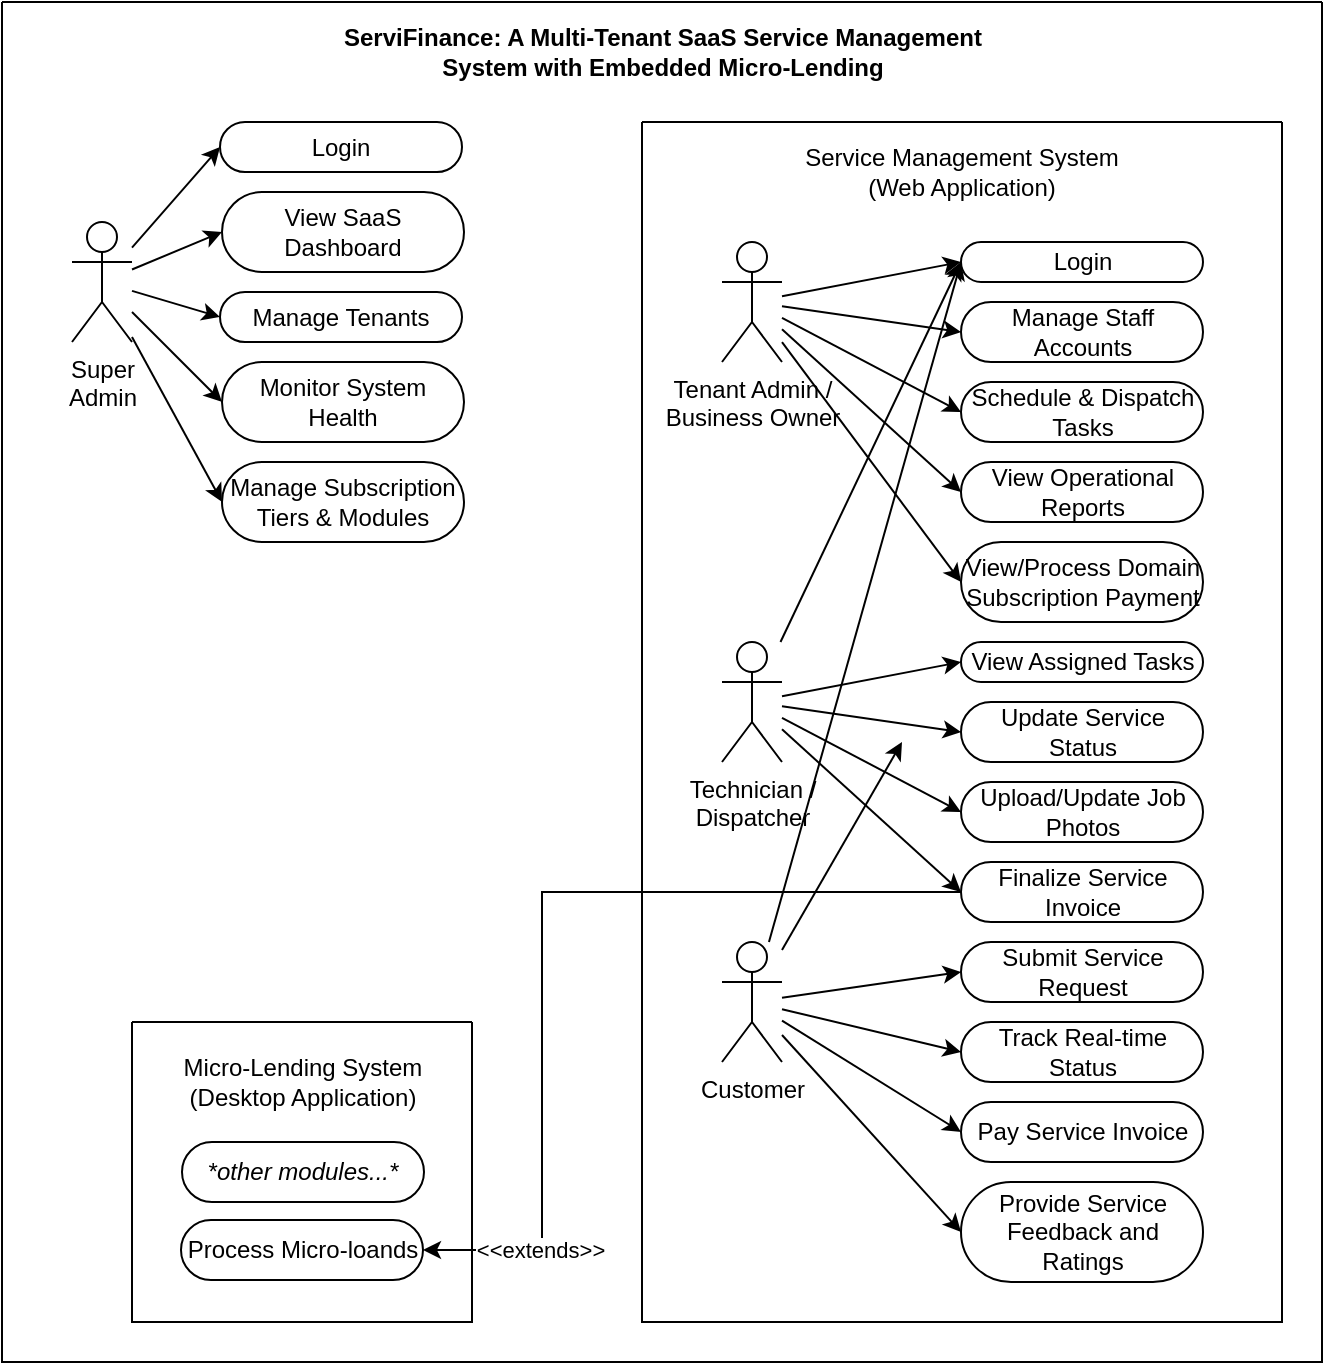
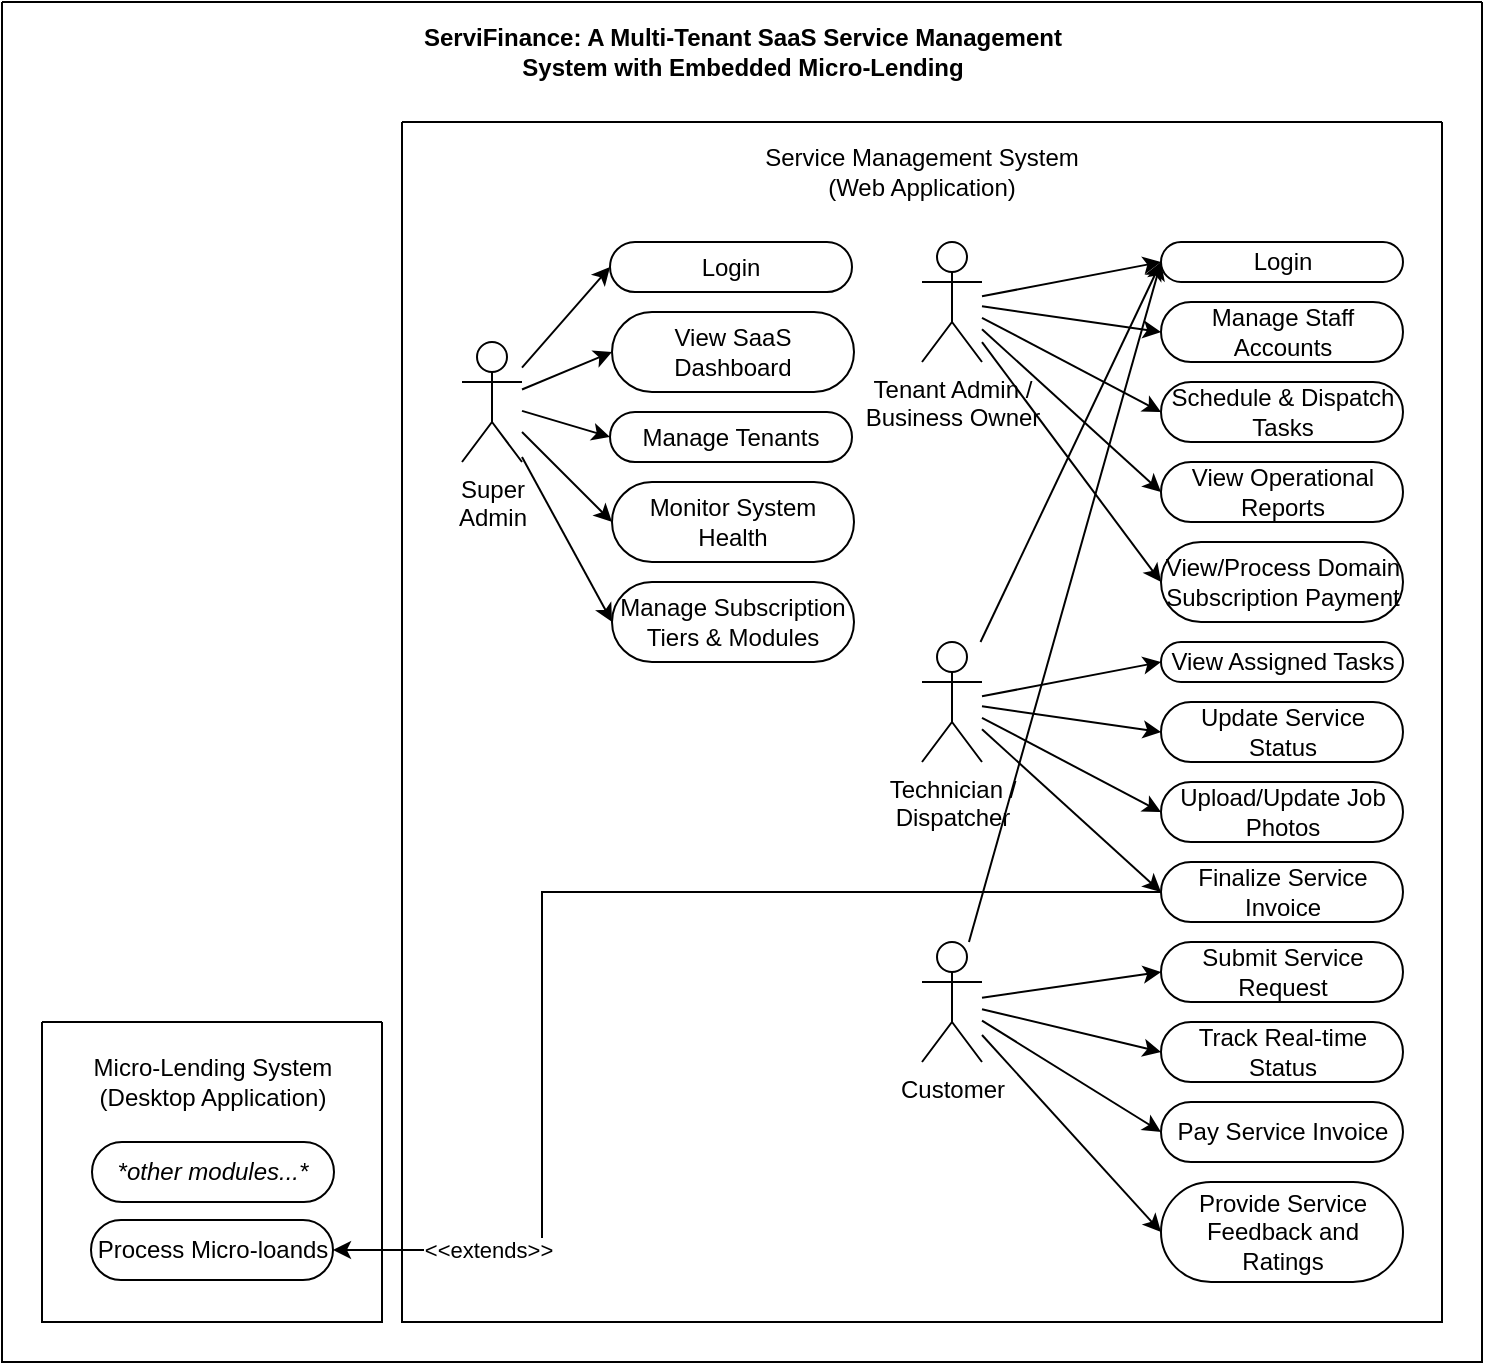
<mxfile host="65bd71144e">
    <diagram name="Page-1" id="b2M_Rqatm1J0FVTwZkRJ">
-         <mxGraphModel dx="-403" dy="276" grid="1" gridSize="10" guides="1" tooltips="1" connect="1" arrows="1" fold="1" page="1" pageScale="1" pageWidth="827" pageHeight="1169" math="0" shadow="0">
+         <mxGraphModel dx="-123" dy="543" grid="1" gridSize="10" guides="1" tooltips="1" connect="1" arrows="1" fold="1" page="1" pageScale="1" pageWidth="827" pageHeight="1169" math="0" shadow="0">
            <root>
                <mxCell id="0"/>
                <mxCell id="1" parent="0"/>
                <mxCell id="5royUGIbEf7HwR5_H0T_-1" value="" style="swimlane;startSize=0;" parent="1" vertex="1">
-                     <mxGeometry x="840" y="20" width="660" height="680" as="geometry"/>
+                     <mxGeometry x="840" y="20" width="740" height="680" as="geometry"/>
                </mxCell>
                <mxCell id="5royUGIbEf7HwR5_H0T_-2" value="" style="swimlane;startSize=0;" parent="5royUGIbEf7HwR5_H0T_-1" vertex="1">
-                     <mxGeometry x="65" y="510" width="170" height="150" as="geometry">
+                     <mxGeometry x="20" y="510" width="170" height="150" as="geometry">
                        <mxRectangle x="340" y="60" width="50" height="40" as="alternateBounds"/>
                    </mxGeometry>
                </mxCell>
                <mxCell id="5royUGIbEf7HwR5_H0T_-3" value="Micro-Lending System&lt;div&gt;(Desktop Application)&lt;/div&gt;" style="text;html=1;whiteSpace=wrap;strokeColor=none;fillColor=none;align=center;verticalAlign=middle;rounded=0;" parent="5royUGIbEf7HwR5_H0T_-2" vertex="1">
                    <mxGeometry x="15" y="15" width="141" height="30" as="geometry"/>
                </mxCell>
                <mxCell id="3LUz6jeX3i9jDCsP5kSB-63" value="Process Micro-loands" style="rounded=1;whiteSpace=wrap;html=1;arcSize=50;" parent="5royUGIbEf7HwR5_H0T_-2" vertex="1">
                    <mxGeometry x="24.5" y="99" width="121" height="30" as="geometry"/>
                </mxCell>
                <mxCell id="3LUz6jeX3i9jDCsP5kSB-64" value="&lt;i&gt;*other modules...*&lt;/i&gt;" style="rounded=1;whiteSpace=wrap;html=1;arcSize=50;" parent="5royUGIbEf7HwR5_H0T_-2" vertex="1">
                    <mxGeometry x="25" y="60" width="121" height="30" as="geometry"/>
                </mxCell>
                <mxCell id="5royUGIbEf7HwR5_H0T_-38" value="" style="swimlane;startSize=0;movable=1;resizable=1;rotatable=1;deletable=1;editable=1;locked=0;connectable=1;" parent="5royUGIbEf7HwR5_H0T_-1" vertex="1">
-                     <mxGeometry x="320" y="60" width="320" height="600" as="geometry"/>
+                     <mxGeometry x="200" y="60" width="520" height="600" as="geometry"/>
                </mxCell>
                <mxCell id="5royUGIbEf7HwR5_H0T_-39" value="Service Management System&lt;div&gt;(Web Application)&lt;/div&gt;" style="text;html=1;whiteSpace=wrap;strokeColor=none;fillColor=none;align=center;verticalAlign=middle;rounded=0;movable=1;resizable=1;rotatable=1;deletable=1;editable=1;locked=0;connectable=1;" parent="5royUGIbEf7HwR5_H0T_-38" vertex="1">
-                     <mxGeometry x="60" y="10" width="200" height="30" as="geometry"/>
+                     <mxGeometry x="160" y="10" width="200" height="30" as="geometry"/>
                </mxCell>
                <mxCell id="3LUz6jeX3i9jDCsP5kSB-53" style="rounded=0;orthogonalLoop=1;jettySize=auto;html=1;entryX=0;entryY=0.5;entryDx=0;entryDy=0;" parent="5royUGIbEf7HwR5_H0T_-38" source="3LUz6jeX3i9jDCsP5kSB-31" target="3LUz6jeX3i9jDCsP5kSB-37" edge="1">
                    <mxGeometry relative="1" as="geometry"/>
                </mxCell>
                <mxCell id="3LUz6jeX3i9jDCsP5kSB-54" style="rounded=0;orthogonalLoop=1;jettySize=auto;html=1;entryX=0;entryY=0.5;entryDx=0;entryDy=0;" parent="5royUGIbEf7HwR5_H0T_-38" source="3LUz6jeX3i9jDCsP5kSB-31" target="3LUz6jeX3i9jDCsP5kSB-38" edge="1">
                    <mxGeometry relative="1" as="geometry"/>
                </mxCell>
                <mxCell id="3LUz6jeX3i9jDCsP5kSB-55" style="edgeStyle=none;rounded=0;orthogonalLoop=1;jettySize=auto;html=1;entryX=0;entryY=0.5;entryDx=0;entryDy=0;" parent="5royUGIbEf7HwR5_H0T_-38" source="3LUz6jeX3i9jDCsP5kSB-31" target="3LUz6jeX3i9jDCsP5kSB-39" edge="1">
                    <mxGeometry relative="1" as="geometry"/>
                </mxCell>
                <mxCell id="3LUz6jeX3i9jDCsP5kSB-56" style="edgeStyle=none;rounded=0;orthogonalLoop=1;jettySize=auto;html=1;entryX=0;entryY=0.5;entryDx=0;entryDy=0;" parent="5royUGIbEf7HwR5_H0T_-38" source="3LUz6jeX3i9jDCsP5kSB-31" target="3LUz6jeX3i9jDCsP5kSB-40" edge="1">
                    <mxGeometry relative="1" as="geometry"/>
                </mxCell>
                <mxCell id="3LUz6jeX3i9jDCsP5kSB-57" style="edgeStyle=none;rounded=0;orthogonalLoop=1;jettySize=auto;html=1;entryX=0;entryY=0.5;entryDx=0;entryDy=0;" parent="5royUGIbEf7HwR5_H0T_-38" source="3LUz6jeX3i9jDCsP5kSB-31" target="3LUz6jeX3i9jDCsP5kSB-41" edge="1">
                    <mxGeometry relative="1" as="geometry"/>
                </mxCell>
                <mxCell id="3LUz6jeX3i9jDCsP5kSB-31" value="Tenant Admin /&lt;div&gt;Business Owner&lt;/div&gt;" style="shape=umlActor;verticalLabelPosition=bottom;verticalAlign=top;html=1;outlineConnect=0;" parent="5royUGIbEf7HwR5_H0T_-38" vertex="1">
-                     <mxGeometry x="40" y="60" width="30" height="60" as="geometry"/>
+                     <mxGeometry x="260" y="60" width="30" height="60" as="geometry"/>
                </mxCell>
                <mxCell id="3LUz6jeX3i9jDCsP5kSB-37" value="Login" style="rounded=1;whiteSpace=wrap;html=1;arcSize=50;" parent="5royUGIbEf7HwR5_H0T_-38" vertex="1">
-                     <mxGeometry x="159.5" y="60" width="121" height="20" as="geometry"/>
+                     <mxGeometry x="379.5" y="60" width="121" height="20" as="geometry"/>
                </mxCell>
                <mxCell id="3LUz6jeX3i9jDCsP5kSB-38" value="Manage Staff Accounts" style="rounded=1;whiteSpace=wrap;html=1;arcSize=50;" parent="5royUGIbEf7HwR5_H0T_-38" vertex="1">
-                     <mxGeometry x="159.5" y="90" width="121" height="30" as="geometry"/>
+                     <mxGeometry x="379.5" y="90" width="121" height="30" as="geometry"/>
                </mxCell>
                <mxCell id="3LUz6jeX3i9jDCsP5kSB-39" value="Schedule &amp;amp; Dispatch Tasks" style="rounded=1;whiteSpace=wrap;html=1;arcSize=50;" parent="5royUGIbEf7HwR5_H0T_-38" vertex="1">
-                     <mxGeometry x="159.5" y="130" width="121" height="30" as="geometry"/>
+                     <mxGeometry x="379.5" y="130" width="121" height="30" as="geometry"/>
                </mxCell>
                <mxCell id="3LUz6jeX3i9jDCsP5kSB-40" value="View Operational Reports" style="rounded=1;whiteSpace=wrap;html=1;arcSize=50;" parent="5royUGIbEf7HwR5_H0T_-38" vertex="1">
-                     <mxGeometry x="159.5" y="170" width="121" height="30" as="geometry"/>
+                     <mxGeometry x="379.5" y="170" width="121" height="30" as="geometry"/>
                </mxCell>
                <mxCell id="3LUz6jeX3i9jDCsP5kSB-41" value="View/Process Domain Subscription Payment" style="rounded=1;whiteSpace=wrap;html=1;arcSize=50;" parent="5royUGIbEf7HwR5_H0T_-38" vertex="1">
-                     <mxGeometry x="159.5" y="210" width="121" height="40" as="geometry"/>
+                     <mxGeometry x="379.5" y="210" width="121" height="40" as="geometry"/>
                </mxCell>
                <mxCell id="3LUz6jeX3i9jDCsP5kSB-42" value="View Assigned Tasks" style="rounded=1;whiteSpace=wrap;html=1;arcSize=50;" parent="5royUGIbEf7HwR5_H0T_-38" vertex="1">
-                     <mxGeometry x="159.5" y="260" width="121" height="20" as="geometry"/>
+                     <mxGeometry x="379.5" y="260" width="121" height="20" as="geometry"/>
                </mxCell>
                <mxCell id="3LUz6jeX3i9jDCsP5kSB-43" value="Update Service Status" style="rounded=1;whiteSpace=wrap;html=1;arcSize=50;" parent="5royUGIbEf7HwR5_H0T_-38" vertex="1">
-                     <mxGeometry x="159.5" y="290" width="121" height="30" as="geometry"/>
+                     <mxGeometry x="379.5" y="290" width="121" height="30" as="geometry"/>
                </mxCell>
                <mxCell id="3LUz6jeX3i9jDCsP5kSB-44" value="Upload/Update Job Photos" style="rounded=1;whiteSpace=wrap;html=1;arcSize=50;" parent="5royUGIbEf7HwR5_H0T_-38" vertex="1">
-                     <mxGeometry x="159.5" y="330" width="121" height="30" as="geometry"/>
+                     <mxGeometry x="379.5" y="330" width="121" height="30" as="geometry"/>
                </mxCell>
                <mxCell id="3LUz6jeX3i9jDCsP5kSB-45" value="Finalize Service Invoice" style="rounded=1;whiteSpace=wrap;html=1;arcSize=50;" parent="5royUGIbEf7HwR5_H0T_-38" vertex="1">
-                     <mxGeometry x="159.5" y="370" width="121" height="30" as="geometry"/>
+                     <mxGeometry x="379.5" y="370" width="121" height="30" as="geometry"/>
                </mxCell>
                <mxCell id="3LUz6jeX3i9jDCsP5kSB-46" value="Submit Service Request" style="rounded=1;whiteSpace=wrap;html=1;arcSize=50;" parent="5royUGIbEf7HwR5_H0T_-38" vertex="1">
-                     <mxGeometry x="159.5" y="410" width="121" height="30" as="geometry"/>
+                     <mxGeometry x="379.5" y="410" width="121" height="30" as="geometry"/>
                </mxCell>
                <mxCell id="3LUz6jeX3i9jDCsP5kSB-47" value="Track Real-time Status" style="rounded=1;whiteSpace=wrap;html=1;arcSize=50;" parent="5royUGIbEf7HwR5_H0T_-38" vertex="1">
-                     <mxGeometry x="159.5" y="450" width="121" height="30" as="geometry"/>
+                     <mxGeometry x="379.5" y="450" width="121" height="30" as="geometry"/>
                </mxCell>
                <mxCell id="3LUz6jeX3i9jDCsP5kSB-48" value="Pay Service Invoice" style="rounded=1;whiteSpace=wrap;html=1;arcSize=50;" parent="5royUGIbEf7HwR5_H0T_-38" vertex="1">
-                     <mxGeometry x="159.5" y="490" width="121" height="30" as="geometry"/>
+                     <mxGeometry x="379.5" y="490" width="121" height="30" as="geometry"/>
                </mxCell>
                <mxCell id="3LUz6jeX3i9jDCsP5kSB-49" value="Provide Service Feedback and Ratings" style="rounded=1;whiteSpace=wrap;html=1;arcSize=50;" parent="5royUGIbEf7HwR5_H0T_-38" vertex="1">
-                     <mxGeometry x="159.5" y="530" width="121" height="50" as="geometry"/>
+                     <mxGeometry x="379.5" y="530" width="121" height="50" as="geometry"/>
                </mxCell>
                <mxCell id="3LUz6jeX3i9jDCsP5kSB-58" style="edgeStyle=none;rounded=0;orthogonalLoop=1;jettySize=auto;html=1;entryX=0;entryY=0.5;entryDx=0;entryDy=0;" parent="5royUGIbEf7HwR5_H0T_-38" source="3LUz6jeX3i9jDCsP5kSB-50" target="3LUz6jeX3i9jDCsP5kSB-37" edge="1">
                    <mxGeometry relative="1" as="geometry"/>
                </mxCell>
                <mxCell id="3LUz6jeX3i9jDCsP5kSB-59" style="edgeStyle=none;rounded=0;orthogonalLoop=1;jettySize=auto;html=1;entryX=0;entryY=0.5;entryDx=0;entryDy=0;" parent="5royUGIbEf7HwR5_H0T_-38" source="3LUz6jeX3i9jDCsP5kSB-50" target="3LUz6jeX3i9jDCsP5kSB-42" edge="1">
                    <mxGeometry relative="1" as="geometry"/>
                </mxCell>
                <mxCell id="3LUz6jeX3i9jDCsP5kSB-60" style="edgeStyle=none;rounded=0;orthogonalLoop=1;jettySize=auto;html=1;entryX=0;entryY=0.5;entryDx=0;entryDy=0;" parent="5royUGIbEf7HwR5_H0T_-38" source="3LUz6jeX3i9jDCsP5kSB-50" target="3LUz6jeX3i9jDCsP5kSB-43" edge="1">
                    <mxGeometry relative="1" as="geometry"/>
                </mxCell>
                <mxCell id="3LUz6jeX3i9jDCsP5kSB-61" style="edgeStyle=none;rounded=0;orthogonalLoop=1;jettySize=auto;html=1;entryX=0;entryY=0.5;entryDx=0;entryDy=0;" parent="5royUGIbEf7HwR5_H0T_-38" source="3LUz6jeX3i9jDCsP5kSB-50" target="3LUz6jeX3i9jDCsP5kSB-44" edge="1">
                    <mxGeometry relative="1" as="geometry"/>
                </mxCell>
                <mxCell id="3LUz6jeX3i9jDCsP5kSB-62" style="edgeStyle=none;rounded=0;orthogonalLoop=1;jettySize=auto;html=1;entryX=0;entryY=0.5;entryDx=0;entryDy=0;" parent="5royUGIbEf7HwR5_H0T_-38" source="3LUz6jeX3i9jDCsP5kSB-50" target="3LUz6jeX3i9jDCsP5kSB-45" edge="1">
                    <mxGeometry relative="1" as="geometry"/>
                </mxCell>
                <mxCell id="3LUz6jeX3i9jDCsP5kSB-50" value="Technician /&lt;div&gt;Dispatcher&lt;/div&gt;" style="shape=umlActor;verticalLabelPosition=bottom;verticalAlign=top;html=1;outlineConnect=0;" parent="5royUGIbEf7HwR5_H0T_-38" vertex="1">
-                     <mxGeometry x="40" y="260" width="30" height="60" as="geometry"/>
+                     <mxGeometry x="260" y="260" width="30" height="60" as="geometry"/>
                </mxCell>
                <mxCell id="3LUz6jeX3i9jDCsP5kSB-65" style="edgeStyle=none;rounded=0;orthogonalLoop=1;jettySize=auto;html=1;entryX=0;entryY=0.5;entryDx=0;entryDy=0;" parent="5royUGIbEf7HwR5_H0T_-38" source="3LUz6jeX3i9jDCsP5kSB-51" target="3LUz6jeX3i9jDCsP5kSB-46" edge="1">
                    <mxGeometry relative="1" as="geometry"/>
                </mxCell>
                <mxCell id="3LUz6jeX3i9jDCsP5kSB-66" style="edgeStyle=none;rounded=0;orthogonalLoop=1;jettySize=auto;html=1;entryX=0;entryY=0.5;entryDx=0;entryDy=0;" parent="5royUGIbEf7HwR5_H0T_-38" source="3LUz6jeX3i9jDCsP5kSB-51" target="3LUz6jeX3i9jDCsP5kSB-47" edge="1">
                    <mxGeometry relative="1" as="geometry"/>
                </mxCell>
                <mxCell id="3LUz6jeX3i9jDCsP5kSB-67" style="edgeStyle=none;rounded=0;orthogonalLoop=1;jettySize=auto;html=1;entryX=0;entryY=0.5;entryDx=0;entryDy=0;" parent="5royUGIbEf7HwR5_H0T_-38" source="3LUz6jeX3i9jDCsP5kSB-51" target="3LUz6jeX3i9jDCsP5kSB-48" edge="1">
                    <mxGeometry relative="1" as="geometry"/>
                </mxCell>
-                 <mxCell id="3LUz6jeX3i9jDCsP5kSB-68" style="edgeStyle=none;rounded=0;orthogonalLoop=1;jettySize=auto;html=1;entryX=0;entryY=0.5;entryDx=0;entryDy=0;" parent="5royUGIbEf7HwR5_H0T_-38" source="3LUz6jeX3i9jDCsP5kSB-51" target="3LUz6jeX3i9jDCsP5kSB-49" edge="1">
-                     <mxGeometry relative="1" as="geometry"/>
-                 </mxCell>
-                 <mxCell id="2" style="edgeStyle=none;html=1;" edge="1" parent="5royUGIbEf7HwR5_H0T_-38" source="3LUz6jeX3i9jDCsP5kSB-51">
+                 <mxCell id="3LUz6jeX3i9jDCsP5kSB-68" style="edgeStyle=none;rounded=0;orthogonalLoop=1;jettySize=auto;html=1;entryX=0;entryY=0.5;entryDx=0;entryDy=0;" parent="5royUGIbEf7HwR5_H0T_-38" source="3LUz6jeX3i9jDCsP5kSB-51" edge="1">
                    <mxGeometry relative="1" as="geometry">
-                         <mxPoint x="130" y="310" as="targetPoint"/>
+                         <mxPoint x="379.5" y="555" as="targetPoint"/>
                    </mxGeometry>
                </mxCell>
-                 <mxCell id="3" style="edgeStyle=none;html=1;entryX=0;entryY=0.5;entryDx=0;entryDy=0;" edge="1" parent="5royUGIbEf7HwR5_H0T_-38" source="3LUz6jeX3i9jDCsP5kSB-51" target="3LUz6jeX3i9jDCsP5kSB-37">
+                 <mxCell id="3" style="edgeStyle=none;html=1;entryX=0;entryY=0.5;entryDx=0;entryDy=0;" parent="5royUGIbEf7HwR5_H0T_-38" source="3LUz6jeX3i9jDCsP5kSB-51" target="3LUz6jeX3i9jDCsP5kSB-37" edge="1">
                    <mxGeometry relative="1" as="geometry"/>
                </mxCell>
                <mxCell id="3LUz6jeX3i9jDCsP5kSB-51" value="Customer" style="shape=umlActor;verticalLabelPosition=bottom;verticalAlign=top;html=1;outlineConnect=0;" parent="5royUGIbEf7HwR5_H0T_-38" vertex="1">
-                     <mxGeometry x="40" y="410" width="30" height="60" as="geometry"/>
+                     <mxGeometry x="260" y="410" width="30" height="60" as="geometry"/>
+                 </mxCell>
+                 <mxCell id="3LUz6jeX3i9jDCsP5kSB-9" style="rounded=0;orthogonalLoop=1;jettySize=auto;html=1;entryX=0;entryY=0.5;entryDx=0;entryDy=0;" parent="5royUGIbEf7HwR5_H0T_-38" source="5royUGIbEf7HwR5_H0T_-49" target="3LUz6jeX3i9jDCsP5kSB-4" edge="1">
+                     <mxGeometry relative="1" as="geometry"/>
+                 </mxCell>
+                 <mxCell id="3LUz6jeX3i9jDCsP5kSB-10" style="rounded=0;orthogonalLoop=1;jettySize=auto;html=1;entryX=0;entryY=0.5;entryDx=0;entryDy=0;" parent="5royUGIbEf7HwR5_H0T_-38" source="5royUGIbEf7HwR5_H0T_-49" target="3LUz6jeX3i9jDCsP5kSB-5" edge="1">
+                     <mxGeometry relative="1" as="geometry"/>
+                 </mxCell>
+                 <mxCell id="3LUz6jeX3i9jDCsP5kSB-11" style="rounded=0;orthogonalLoop=1;jettySize=auto;html=1;entryX=0;entryY=0.5;entryDx=0;entryDy=0;" parent="5royUGIbEf7HwR5_H0T_-38" source="5royUGIbEf7HwR5_H0T_-49" target="3LUz6jeX3i9jDCsP5kSB-6" edge="1">
+                     <mxGeometry relative="1" as="geometry"/>
+                 </mxCell>
+                 <mxCell id="3LUz6jeX3i9jDCsP5kSB-12" style="rounded=0;orthogonalLoop=1;jettySize=auto;html=1;entryX=0;entryY=0.5;entryDx=0;entryDy=0;curved=0;" parent="5royUGIbEf7HwR5_H0T_-38" source="5royUGIbEf7HwR5_H0T_-49" target="3LUz6jeX3i9jDCsP5kSB-7" edge="1">
+                     <mxGeometry relative="1" as="geometry"/>
+                 </mxCell>
+                 <mxCell id="3LUz6jeX3i9jDCsP5kSB-13" style="rounded=0;orthogonalLoop=1;jettySize=auto;html=1;entryX=0;entryY=0.5;entryDx=0;entryDy=0;" parent="5royUGIbEf7HwR5_H0T_-38" source="5royUGIbEf7HwR5_H0T_-49" target="3LUz6jeX3i9jDCsP5kSB-8" edge="1">
+                     <mxGeometry relative="1" as="geometry"/>
+                 </mxCell>
+                 <mxCell id="5royUGIbEf7HwR5_H0T_-49" value="Super&lt;div&gt;Admin&lt;/div&gt;" style="shape=umlActor;verticalLabelPosition=bottom;verticalAlign=top;html=1;outlineConnect=0;" parent="5royUGIbEf7HwR5_H0T_-38" vertex="1">
+                     <mxGeometry x="30" y="110" width="30" height="60" as="geometry"/>
+                 </mxCell>
+                 <mxCell id="3LUz6jeX3i9jDCsP5kSB-4" value="Login" style="rounded=1;whiteSpace=wrap;html=1;arcSize=50;" parent="5royUGIbEf7HwR5_H0T_-38" vertex="1">
+                     <mxGeometry x="104" y="60" width="121" height="25" as="geometry"/>
+                 </mxCell>
+                 <mxCell id="3LUz6jeX3i9jDCsP5kSB-5" value="View SaaS Dashboard" style="rounded=1;whiteSpace=wrap;html=1;arcSize=50;" parent="5royUGIbEf7HwR5_H0T_-38" vertex="1">
+                     <mxGeometry x="105" y="95" width="121" height="40" as="geometry"/>
+                 </mxCell>
+                 <mxCell id="3LUz6jeX3i9jDCsP5kSB-6" value="Manage Tenants" style="rounded=1;whiteSpace=wrap;html=1;arcSize=50;" parent="5royUGIbEf7HwR5_H0T_-38" vertex="1">
+                     <mxGeometry x="104" y="145" width="121" height="25" as="geometry"/>
+                 </mxCell>
+                 <mxCell id="3LUz6jeX3i9jDCsP5kSB-7" value="Monitor System Health" style="rounded=1;whiteSpace=wrap;html=1;arcSize=50;" parent="5royUGIbEf7HwR5_H0T_-38" vertex="1">
+                     <mxGeometry x="105" y="180" width="121" height="40" as="geometry"/>
+                 </mxCell>
+                 <mxCell id="3LUz6jeX3i9jDCsP5kSB-8" value="Manage Subscription Tiers &amp;amp; Modules" style="rounded=1;whiteSpace=wrap;html=1;arcSize=50;" parent="5royUGIbEf7HwR5_H0T_-38" vertex="1">
+                     <mxGeometry x="105" y="230" width="121" height="40" as="geometry"/>
                </mxCell>
                <mxCell id="5royUGIbEf7HwR5_H0T_-43" value="&lt;b&gt;ServiFinance: A Multi-Tenant SaaS Service Management System with Embedded Micro-Lending&lt;/b&gt;" style="text;html=1;whiteSpace=wrap;strokeColor=none;fillColor=none;align=center;verticalAlign=middle;rounded=0;" parent="5royUGIbEf7HwR5_H0T_-1" vertex="1">
-                     <mxGeometry x="153.75" y="10" width="352.5" height="30" as="geometry"/>
-                 </mxCell>
-                 <mxCell id="3LUz6jeX3i9jDCsP5kSB-9" style="rounded=0;orthogonalLoop=1;jettySize=auto;html=1;entryX=0;entryY=0.5;entryDx=0;entryDy=0;" parent="5royUGIbEf7HwR5_H0T_-1" source="5royUGIbEf7HwR5_H0T_-49" target="3LUz6jeX3i9jDCsP5kSB-4" edge="1">
-                     <mxGeometry relative="1" as="geometry"/>
-                 </mxCell>
-                 <mxCell id="3LUz6jeX3i9jDCsP5kSB-10" style="rounded=0;orthogonalLoop=1;jettySize=auto;html=1;entryX=0;entryY=0.5;entryDx=0;entryDy=0;" parent="5royUGIbEf7HwR5_H0T_-1" source="5royUGIbEf7HwR5_H0T_-49" target="3LUz6jeX3i9jDCsP5kSB-5" edge="1">
-                     <mxGeometry relative="1" as="geometry"/>
-                 </mxCell>
-                 <mxCell id="3LUz6jeX3i9jDCsP5kSB-11" style="rounded=0;orthogonalLoop=1;jettySize=auto;html=1;entryX=0;entryY=0.5;entryDx=0;entryDy=0;" parent="5royUGIbEf7HwR5_H0T_-1" source="5royUGIbEf7HwR5_H0T_-49" target="3LUz6jeX3i9jDCsP5kSB-6" edge="1">
-                     <mxGeometry relative="1" as="geometry"/>
-                 </mxCell>
-                 <mxCell id="3LUz6jeX3i9jDCsP5kSB-12" style="rounded=0;orthogonalLoop=1;jettySize=auto;html=1;entryX=0;entryY=0.5;entryDx=0;entryDy=0;curved=0;" parent="5royUGIbEf7HwR5_H0T_-1" source="5royUGIbEf7HwR5_H0T_-49" target="3LUz6jeX3i9jDCsP5kSB-7" edge="1">
-                     <mxGeometry relative="1" as="geometry"/>
-                 </mxCell>
-                 <mxCell id="3LUz6jeX3i9jDCsP5kSB-13" style="rounded=0;orthogonalLoop=1;jettySize=auto;html=1;entryX=0;entryY=0.5;entryDx=0;entryDy=0;" parent="5royUGIbEf7HwR5_H0T_-1" source="5royUGIbEf7HwR5_H0T_-49" target="3LUz6jeX3i9jDCsP5kSB-8" edge="1">
-                     <mxGeometry relative="1" as="geometry"/>
-                 </mxCell>
-                 <mxCell id="5royUGIbEf7HwR5_H0T_-49" value="Super&lt;div&gt;Admin&lt;/div&gt;" style="shape=umlActor;verticalLabelPosition=bottom;verticalAlign=top;html=1;outlineConnect=0;" parent="5royUGIbEf7HwR5_H0T_-1" vertex="1">
-                     <mxGeometry x="35" y="110" width="30" height="60" as="geometry"/>
-                 </mxCell>
-                 <mxCell id="3LUz6jeX3i9jDCsP5kSB-4" value="Login" style="rounded=1;whiteSpace=wrap;html=1;arcSize=50;" parent="5royUGIbEf7HwR5_H0T_-1" vertex="1">
-                     <mxGeometry x="109" y="60" width="121" height="25" as="geometry"/>
-                 </mxCell>
-                 <mxCell id="3LUz6jeX3i9jDCsP5kSB-5" value="View SaaS Dashboard" style="rounded=1;whiteSpace=wrap;html=1;arcSize=50;" parent="5royUGIbEf7HwR5_H0T_-1" vertex="1">
-                     <mxGeometry x="110" y="95" width="121" height="40" as="geometry"/>
-                 </mxCell>
-                 <mxCell id="3LUz6jeX3i9jDCsP5kSB-6" value="Manage Tenants" style="rounded=1;whiteSpace=wrap;html=1;arcSize=50;" parent="5royUGIbEf7HwR5_H0T_-1" vertex="1">
-                     <mxGeometry x="109" y="145" width="121" height="25" as="geometry"/>
-                 </mxCell>
-                 <mxCell id="3LUz6jeX3i9jDCsP5kSB-7" value="Monitor System Health" style="rounded=1;whiteSpace=wrap;html=1;arcSize=50;" parent="5royUGIbEf7HwR5_H0T_-1" vertex="1">
-                     <mxGeometry x="110" y="180" width="121" height="40" as="geometry"/>
-                 </mxCell>
-                 <mxCell id="3LUz6jeX3i9jDCsP5kSB-8" value="Manage Subscription Tiers &amp;amp; Modules" style="rounded=1;whiteSpace=wrap;html=1;arcSize=50;" parent="5royUGIbEf7HwR5_H0T_-1" vertex="1">
-                     <mxGeometry x="110" y="230" width="121" height="40" as="geometry"/>
+                     <mxGeometry x="193.75" y="10" width="352.5" height="30" as="geometry"/>
                </mxCell>
                <mxCell id="3LUz6jeX3i9jDCsP5kSB-69" style="edgeStyle=orthogonalEdgeStyle;rounded=0;orthogonalLoop=1;jettySize=auto;html=1;entryX=1;entryY=0.5;entryDx=0;entryDy=0;" parent="5royUGIbEf7HwR5_H0T_-1" source="3LUz6jeX3i9jDCsP5kSB-45" target="3LUz6jeX3i9jDCsP5kSB-63" edge="1">
                    <mxGeometry relative="1" as="geometry">
                        <Array as="points">
                            <mxPoint x="270" y="445"/>
                            <mxPoint x="270" y="624"/>
                        </Array>
                    </mxGeometry>
                </mxCell>
                <mxCell id="3LUz6jeX3i9jDCsP5kSB-70" value="&amp;lt;&amp;lt;extends&amp;gt;&amp;gt;" style="edgeLabel;html=1;align=center;verticalAlign=middle;resizable=0;points=[];" parent="3LUz6jeX3i9jDCsP5kSB-69" connectable="0" vertex="1">
                    <mxGeometry x="0.7409" relative="1" as="geometry">
                        <mxPoint as="offset"/>
                    </mxGeometry>
                </mxCell>
            </root>
        </mxGraphModel>
    </diagram>
</mxfile>